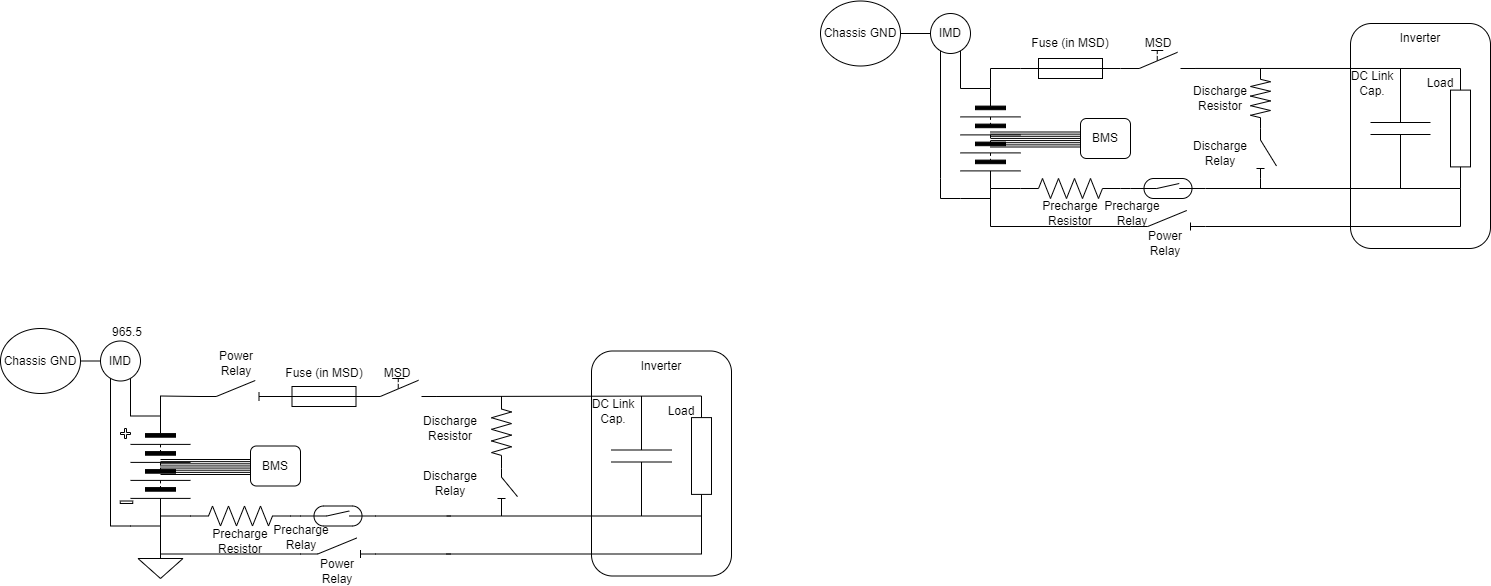
Team-Tachyon-e-V/FDD24 keeps this draw.io diagram as texfiles/elec/eimg/HVSchematic.png. Above is the earlier version. Source tidied: cells renumbered, new cells last; positions are measured from the earlier drawing's top-left corner, leaving out a move shared by most shapes.
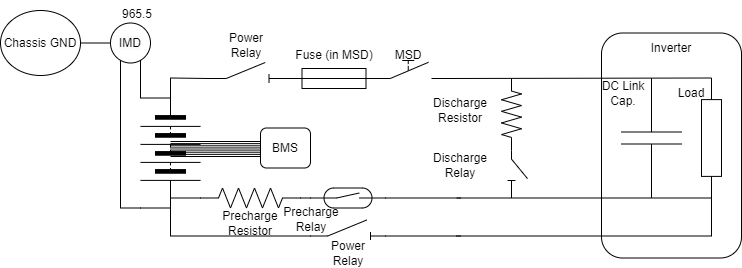
The same diagram one commit later.

The edit, as a diff of the source:
```diff
@@ -2,156 +2,6 @@
   <root>
     <mxCell id="0" />
     <mxCell id="1" parent="0" />
-    <mxCell id="2" style="rounded=1;whiteSpace=wrap;html=1;" parent="1" vertex="1">
-      <mxGeometry x="1350" y="23" width="140" height="225" as="geometry" />
-    </mxCell>
-    <mxCell id="3" style="verticalLabelPosition=bottom;shadow=0;dashed=0;align=center;html=1;verticalAlign=top;shape=mxgraph.electrical.miscellaneous.batteryStack;direction=south;" parent="1" vertex="1">
-      <mxGeometry x="960" y="88" width="60" height="100" as="geometry" />
-    </mxCell>
-    <mxCell id="4" style="verticalLabelPosition=bottom;shadow=0;dashed=0;align=center;html=1;verticalAlign=top;shape=mxgraph.electrical.electro-mechanical.manualSwitch2;elSwitchState=off;" parent="1" vertex="1">
-      <mxGeometry x="1120" y="50" width="75" height="18" as="geometry" />
-    </mxCell>
-    <mxCell id="5" style="verticalLabelPosition=bottom;shadow=0;dashed=0;align=center;html=1;verticalAlign=top;shape=mxgraph.electrical.miscellaneous.fuse_2;" parent="1" vertex="1">
-      <mxGeometry x="1020" y="58" width="100" height="20" as="geometry" />
-    </mxCell>
-    <mxCell id="6" style="endArrow=none;html=1;rounded=0;exitX=0;exitY=0.5;exitDx=0;exitDy=0;entryX=0;entryY=0.5;entryDx=0;entryDy=0;entryPerimeter=0;" parent="1" edge="1" source="3" target="5">
-      <mxGeometry relative="1" as="geometry">
-        <Array as="points">
-          <mxPoint x="990" y="68" />
-        </Array>
-      </mxGeometry>
-    </mxCell>
-    <mxCell id="7" style="endArrow=none;html=1;rounded=0;entryX=0;entryY=1;entryDx=0;entryDy=0;entryPerimeter=0;exitX=1;exitY=0.5;exitDx=0;exitDy=0;exitPerimeter=0;" parent="1" edge="1" source="5" target="4">
-      <mxGeometry relative="1" as="geometry" />
-    </mxCell>
-    <mxCell id="8" style="verticalLabelPosition=bottom;shadow=0;dashed=0;align=center;html=1;verticalAlign=top;shape=mxgraph.electrical.capacitors.capacitor_1;direction=south;" parent="1" vertex="1">
-      <mxGeometry x="1370" y="68" width="60" height="120" as="geometry" />
-    </mxCell>
-    <mxCell id="9" style="verticalLabelPosition=bottom;shadow=0;dashed=0;align=center;html=1;verticalAlign=top;shape=mxgraph.electrical.resistors.resistor_1;direction=south;" parent="1" vertex="1">
-      <mxGeometry x="1450" y="68" width="20" height="120" as="geometry" />
-    </mxCell>
-    <mxCell id="10" style="verticalLabelPosition=bottom;shadow=0;dashed=0;align=center;html=1;verticalAlign=top;shape=mxgraph.electrical.resistors.resistor_2;direction=west;" parent="1" vertex="1">
-      <mxGeometry x="1020" y="178" width="100" height="20" as="geometry" />
-    </mxCell>
-    <mxCell id="11" style="verticalLabelPosition=bottom;shadow=0;dashed=0;align=center;html=1;verticalAlign=top;shape=mxgraph.electrical.electro-mechanical.reedSwitch2;elSwitchState=off;" parent="1" vertex="1">
-      <mxGeometry x="1130" y="178" width="75" height="20" as="geometry" />
-    </mxCell>
-    <mxCell id="12" style="verticalLabelPosition=bottom;shadow=0;dashed=0;align=center;html=1;verticalAlign=top;shape=mxgraph.electrical.electro-mechanical.isolatorSwitch2;elSwitchState=off;" parent="1" vertex="1">
-      <mxGeometry x="1130" y="210" width="75" height="20" as="geometry" />
-    </mxCell>
-    <mxCell id="13" style="endArrow=none;html=1;rounded=0;exitX=1;exitY=0.5;exitDx=0;exitDy=0;entryX=1;entryY=0.5;entryDx=0;entryDy=0;entryPerimeter=0;" parent="1" edge="1" source="3" target="10">
-      <mxGeometry relative="1" as="geometry" />
-    </mxCell>
-    <mxCell id="14" style="endArrow=none;html=1;rounded=0;exitX=0;exitY=0.5;exitDx=0;exitDy=0;entryX=0;entryY=0.5;entryDx=0;entryDy=0;exitPerimeter=0;" parent="1" edge="1" source="10" target="11">
-      <mxGeometry relative="1" as="geometry" />
-    </mxCell>
-    <mxCell id="15" style="endArrow=none;html=1;rounded=0;entryX=0;entryY=0.8;entryDx=0;entryDy=0;" parent="1" edge="1" target="12">
-      <mxGeometry relative="1" as="geometry">
-        <mxPoint x="990" y="226" as="sourcePoint" />
-      </mxGeometry>
-    </mxCell>
-    <mxCell id="16" style="endArrow=none;html=1;rounded=0;" parent="1" edge="1">
-      <mxGeometry relative="1" as="geometry">
-        <mxPoint x="990" y="188" as="sourcePoint" />
-        <mxPoint x="990" y="226" as="targetPoint" />
-      </mxGeometry>
-    </mxCell>
-    <mxCell id="17" style="endArrow=none;html=1;rounded=0;exitX=0;exitY=0.5;exitDx=0;exitDy=0;" parent="1" edge="1" source="3">
-      <mxGeometry relative="1" as="geometry">
-        <mxPoint x="960" y="48" as="targetPoint" />
-        <Array as="points">
-          <mxPoint x="960" y="88" />
-        </Array>
-      </mxGeometry>
-    </mxCell>
-    <mxCell id="18" style="endArrow=none;html=1;rounded=0;exitX=0;exitY=0.5;exitDx=0;exitDy=0;" parent="1" edge="1">
-      <mxGeometry relative="1" as="geometry">
-        <mxPoint x="990" y="198" as="sourcePoint" />
-        <mxPoint x="940" y="48" as="targetPoint" />
-        <Array as="points">
-          <mxPoint x="960" y="198" />
-          <mxPoint x="940" y="198" />
-          <mxPoint x="940" y="178" />
-        </Array>
-      </mxGeometry>
-    </mxCell>
-    <mxCell id="19" style="verticalLabelPosition=bottom;shadow=0;dashed=0;align=center;html=1;verticalAlign=top;strokeWidth=1;shape=ellipse;perimeter=ellipsePerimeter;" parent="1" vertex="1">
-      <mxGeometry x="930" y="13" width="40" height="40" as="geometry" />
-    </mxCell>
-    <mxCell id="20" value="&lt;span style=&quot;color: rgb(0, 0, 0); font-family: Helvetica; font-size: 12px; font-style: normal; font-variant-ligatures: normal; font-variant-caps: normal; font-weight: 400; letter-spacing: normal; orphans: 2; text-indent: 0px; text-transform: none; widows: 2; word-spacing: 0px; -webkit-text-stroke-width: 0px; background-color: rgb(251, 251, 251); text-decoration-thickness: initial; text-decoration-style: initial; text-decoration-color: initial; float: none; display: inline !important;&quot;&gt;IMD&lt;/span&gt;" style="text;whiteSpace=wrap;html=1;align=center;verticalAlign=middle;" parent="1" vertex="1">
-      <mxGeometry x="935" y="23" width="30" height="20" as="geometry" />
-    </mxCell>
-    <mxCell id="21" style="endArrow=none;html=1;rounded=0;entryX=1;entryY=0.5;entryDx=0;entryDy=0;exitX=0;exitY=0.5;exitDx=0;exitDy=0;" parent="1" edge="1" source="19" target="22">
-      <mxGeometry relative="1" as="geometry" />
-    </mxCell>
-    <mxCell id="22" value="Chassis GND" style="ellipse;whiteSpace=wrap;html=1;" parent="1" vertex="1">
-      <mxGeometry x="820" y="0.5" width="80" height="65" as="geometry" />
-    </mxCell>
-    <mxCell id="23" style="verticalLabelPosition=bottom;shadow=0;dashed=0;align=center;html=1;verticalAlign=top;shape=mxgraph.electrical.transmission.8_line_bus;" parent="1" vertex="1">
-      <mxGeometry x="990" y="131.5" width="90" height="15" as="geometry" />
-    </mxCell>
-    <mxCell id="24" value="BMS" style="rounded=1;whiteSpace=wrap;html=1;" parent="1" vertex="1">
-      <mxGeometry x="1080" y="118" width="50" height="40" as="geometry" />
-    </mxCell>
-    <mxCell id="25" style="endArrow=none;html=1;rounded=0;exitX=0.995;exitY=0.998;exitDx=0;exitDy=0;exitPerimeter=0;entryX=0;entryY=0.5;entryDx=0;entryDy=0;entryPerimeter=0;" parent="1" edge="1" source="4" target="9">
-      <mxGeometry relative="1" as="geometry" />
-    </mxCell>
-    <mxCell id="26" style="endArrow=none;html=1;rounded=0;exitX=0.995;exitY=0.998;exitDx=0;exitDy=0;exitPerimeter=0;" parent="1" edge="1">
-      <mxGeometry relative="1" as="geometry">
-        <mxPoint x="1205" y="188" as="sourcePoint" />
-        <mxPoint x="1460" y="188" as="targetPoint" />
-      </mxGeometry>
-    </mxCell>
-    <mxCell id="27" style="endArrow=none;html=1;rounded=0;" parent="1" edge="1">
-      <mxGeometry relative="1" as="geometry">
-        <mxPoint x="1205" y="226" as="sourcePoint" />
-        <mxPoint x="1460" y="188" as="targetPoint" />
-        <Array as="points">
-          <mxPoint x="1460" y="226" />
-        </Array>
-      </mxGeometry>
-    </mxCell>
-    <mxCell id="28" style="verticalLabelPosition=bottom;shadow=0;dashed=0;align=center;html=1;verticalAlign=top;shape=mxgraph.electrical.electro-mechanical.isolatorSwitch2;elSwitchState=off;direction=south;" parent="1" vertex="1">
-      <mxGeometry x="1256" y="128" width="20" height="50" as="geometry" />
-    </mxCell>
-    <mxCell id="29" style="endArrow=none;html=1;rounded=0;exitX=1;exitY=0.8;exitDx=0;exitDy=0;" parent="1" edge="1" source="28">
-      <mxGeometry relative="1" as="geometry">
-        <mxPoint x="1260" y="188" as="targetPoint" />
-      </mxGeometry>
-    </mxCell>
-    <mxCell id="30" style="verticalLabelPosition=bottom;shadow=0;dashed=0;align=center;html=1;verticalAlign=top;shape=mxgraph.electrical.resistors.resistor_2;direction=north;" parent="1" vertex="1">
-      <mxGeometry x="1250" y="68" width="20" height="60" as="geometry" />
-    </mxCell>
-    <mxCell id="31" value="Fuse (in MSD)" style="text;html=1;align=center;verticalAlign=middle;whiteSpace=wrap;rounded=0;" parent="1" vertex="1">
-      <mxGeometry x="1026" y="28" width="88" height="30" as="geometry" />
-    </mxCell>
-    <mxCell id="32" value="MSD" style="text;html=1;align=center;verticalAlign=middle;whiteSpace=wrap;rounded=0;" parent="1" vertex="1">
-      <mxGeometry x="1127.5" y="28" width="60" height="30" as="geometry" />
-    </mxCell>
-    <mxCell id="33" value="Precharge Resistor" style="text;html=1;align=center;verticalAlign=middle;whiteSpace=wrap;rounded=0;" parent="1" vertex="1">
-      <mxGeometry x="1040" y="198" width="60" height="30" as="geometry" />
-    </mxCell>
-    <mxCell id="34" value="Power Relay" style="text;html=1;align=center;verticalAlign=middle;whiteSpace=wrap;rounded=0;" parent="1" vertex="1">
-      <mxGeometry x="1135" y="228" width="60" height="30" as="geometry" />
-    </mxCell>
-    <mxCell id="35" value="Precharge Relay" style="text;html=1;align=center;verticalAlign=middle;whiteSpace=wrap;rounded=0;" parent="1" vertex="1">
-      <mxGeometry x="1102" y="198" width="60" height="30" as="geometry" />
-    </mxCell>
-    <mxCell id="36" value="Discharge Resistor" style="text;html=1;align=center;verticalAlign=middle;whiteSpace=wrap;rounded=0;" parent="1" vertex="1">
-      <mxGeometry x="1190" y="83" width="60" height="30" as="geometry" />
-    </mxCell>
-    <mxCell id="37" value="Discharge&lt;br&gt;Relay" style="text;html=1;align=center;verticalAlign=middle;whiteSpace=wrap;rounded=0;" parent="1" vertex="1">
-      <mxGeometry x="1190" y="138" width="60" height="30" as="geometry" />
-    </mxCell>
-    <mxCell id="38" value="Inverter" style="text;html=1;align=center;verticalAlign=middle;whiteSpace=wrap;rounded=0;" parent="1" vertex="1">
-      <mxGeometry x="1390" y="23" width="60" height="30" as="geometry" />
-    </mxCell>
-    <mxCell id="39" value="Load" style="text;html=1;align=center;verticalAlign=middle;whiteSpace=wrap;rounded=0;" parent="1" vertex="1">
-      <mxGeometry x="1410" y="68" width="60" height="30" as="geometry" />
-    </mxCell>
-    <mxCell id="40" value="DC Link&lt;br&gt;Cap." style="text;html=1;align=center;verticalAlign=middle;whiteSpace=wrap;rounded=0;" parent="1" vertex="1">
-      <mxGeometry x="1342" y="68" width="60" height="30" as="geometry" />
-    </mxCell>
     <mxCell id="41" style="rounded=1;whiteSpace=wrap;html=1;" parent="1" vertex="1">
       <mxGeometry x="591" y="350.5" width="140" height="225" as="geometry" />
     </mxCell>
@@ -228,7 +78,7 @@
       <mxGeometry relative="1" as="geometry" />
     </mxCell>
     <mxCell id="60" value="Chassis GND" style="ellipse;whiteSpace=wrap;html=1;" parent="1" vertex="1">
-      <mxGeometry y="328" width="80" height="65" as="geometry" />
+      <mxGeometry x="-10" y="328" width="80" height="65" as="geometry" />
     </mxCell>
     <mxCell id="61" style="verticalLabelPosition=bottom;shadow=0;dashed=0;align=center;html=1;verticalAlign=top;shape=mxgraph.electrical.transmission.8_line_bus;" parent="1" vertex="1">
       <mxGeometry x="160" y="459" width="90" height="15" as="geometry" />
@@ -327,14 +177,5 @@
     <mxCell id="84" value="Power Relay" style="text;html=1;align=center;verticalAlign=middle;whiteSpace=wrap;rounded=0;" parent="1" vertex="1">
       <mxGeometry x="307.5" y="555.5" width="60" height="30" as="geometry" />
     </mxCell>
-    <mxCell id="85" style="verticalLabelPosition=bottom;shadow=0;dashed=0;align=center;html=1;verticalAlign=top;shape=mxgraph.electrical.signal_sources.signal_ground;" parent="1" vertex="1">
-      <mxGeometry x="137.5" y="548" width="45" height="30" as="geometry" />
-    </mxCell>
-    <mxCell id="86" style="shape=cross;whiteSpace=wrap;html=1;" parent="1" vertex="1">
-      <mxGeometry x="120" y="428" width="10" height="10" as="geometry" />
-    </mxCell>
-    <mxCell id="87" style="rounded=0;whiteSpace=wrap;html=1;" parent="1" vertex="1">
-      <mxGeometry x="119.8" y="500.5" width="12.5" height="2.5" as="geometry" />
-    </mxCell>
   </root>
 </mxGraphModel>
```
